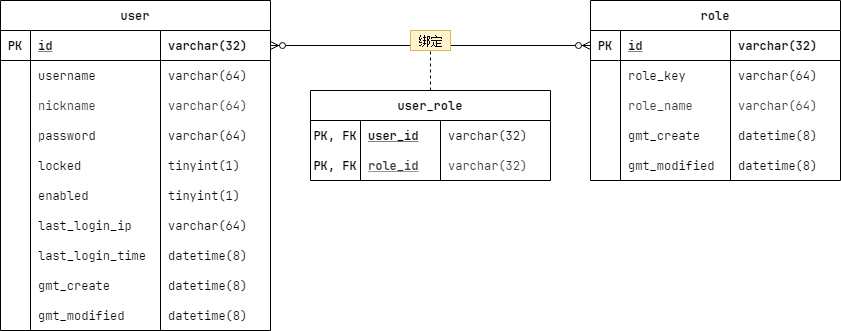
The draw.io diagram design/迭代一/resource/image/用户角色ER图.png in hellovie/online-article-reading-platform, before a commit. Source tidied: cells renumbered, new cells last; positions are measured from the earlier drawing's top-left corner, leaving out a move shared by most shapes. Its diagram source:
```xml
<mxGraphModel>
  <root>
    <mxCell id="0" />
    <mxCell id="1" parent="0" />
    <mxCell id="2" style="edgeStyle=orthogonalEdgeStyle;rounded=0;jettySize=auto;html=1;entryX=0;entryY=0.5;entryDx=0;entryDy=0;fontFamily=JetBrains Mono;exitX=1;exitY=0.5;exitDx=0;exitDy=0;startArrow=ERzeroToMany;startFill=1;endArrow=ERzeroToMany;endFill=1;" parent="1" edge="1" source="15" target="56">
      <mxGeometry relative="1" as="geometry" />
    </mxCell>
    <mxCell id="3" value="绑定" style="text;html=1;align=center;verticalAlign=middle;points=[];fontFamily=JetBrains Mono;fillColor=#fff2cc;strokeColor=#d6b656;" parent="1" vertex="1">
      <mxGeometry x="410" y="30" width="40" height="20" as="geometry" />
    </mxCell>
    <mxCell id="4" style="edgeStyle=orthogonalEdgeStyle;rounded=0;jettySize=auto;html=1;startArrow=none;startFill=0;endArrow=none;endFill=0;fontFamily=JetBrains Mono;dashed=1;" parent="1" edge="1" source="5" target="3">
      <mxGeometry relative="1" as="geometry" />
    </mxCell>
    <mxCell id="5" value="user_role" style="shape=table;startSize=30;rowLines=0;fontStyle=1;align=center;fontFamily=JetBrains Mono;" parent="1" vertex="1">
      <mxGeometry x="310" y="90" width="240" height="90" as="geometry" />
    </mxCell>
    <mxCell id="6" style="shape=partialRectangle;top=0;left=0;bottom=0;right=0;fillColor=none;fontFamily=JetBrains Mono;" parent="5" vertex="1">
      <mxGeometry y="30" width="240" height="30" as="geometry" />
    </mxCell>
    <mxCell id="7" value="PK, FK" style="shape=partialRectangle;top=0;left=0;bottom=0;right=0;overflow=hidden;fillColor=none;fontFamily=JetBrains Mono;fontStyle=1;" parent="6" vertex="1">
      <mxGeometry width="50" height="30" as="geometry" />
    </mxCell>
    <mxCell id="8" value="user_id" style="shape=partialRectangle;top=0;left=0;bottom=0;right=0;align=left;spacingLeft=6;overflow=hidden;strokeColor=#9673a6;fillColor=none;fontFamily=JetBrains Mono;fontStyle=5;" parent="6" vertex="1">
      <mxGeometry x="50" width="80" height="30" as="geometry" />
    </mxCell>
    <mxCell id="9" value="varchar(32)" style="shape=partialRectangle;top=0;left=0;bottom=0;right=0;align=left;spacingLeft=6;overflow=hidden;strokeColor=#9673a6;fillColor=none;fontFamily=JetBrains Mono;" parent="6" vertex="1">
      <mxGeometry x="130" width="110" height="30" as="geometry" />
    </mxCell>
    <mxCell id="10" style="shape=partialRectangle;top=0;left=0;bottom=0;right=0;fillColor=none;fontFamily=JetBrains Mono;" parent="5" vertex="1">
      <mxGeometry y="60" width="240" height="30" as="geometry" />
    </mxCell>
    <mxCell id="11" value="PK, FK" style="shape=partialRectangle;top=0;left=0;bottom=0;right=0;overflow=hidden;fillColor=none;fontFamily=JetBrains Mono;fontStyle=1;" parent="10" vertex="1">
      <mxGeometry width="50" height="30" as="geometry" />
    </mxCell>
    <mxCell id="12" value="role_id" style="shape=partialRectangle;top=0;left=0;bottom=0;right=0;align=left;spacingLeft=6;overflow=hidden;strokeColor=#666666;fontColor=#333333;fillColor=none;fontFamily=JetBrains Mono;fontStyle=5;" parent="10" vertex="1">
      <mxGeometry x="50" width="80" height="30" as="geometry" />
    </mxCell>
    <mxCell id="13" value="varchar(32)" style="shape=partialRectangle;top=0;left=0;bottom=0;right=0;align=left;spacingLeft=6;overflow=hidden;strokeColor=#666666;fontColor=#333333;fillColor=none;fontFamily=JetBrains Mono;" parent="10" vertex="1">
      <mxGeometry x="130" width="110" height="30" as="geometry" />
    </mxCell>
    <mxCell id="14" value="user" style="shape=table;startSize=30;rowLines=0;fontStyle=1;align=center;fontFamily=JetBrains Mono;" parent="1" vertex="1">
      <mxGeometry width="270" height="330" as="geometry" />
    </mxCell>
    <mxCell id="15" style="shape=partialRectangle;top=0;left=0;bottom=1;right=0;points=[[0,0.5],[1,0.5]];portConstraint=eastwest;fillColor=none;fontFamily=JetBrains Mono;" parent="14" vertex="1">
      <mxGeometry y="30" width="270" height="30" as="geometry" />
    </mxCell>
    <mxCell id="16" value="PK" style="shape=partialRectangle;top=0;left=0;bottom=0;right=0;fontStyle=1;overflow=hidden;fillColor=none;fontFamily=JetBrains Mono;" parent="15" vertex="1">
      <mxGeometry width="30" height="30" as="geometry" />
    </mxCell>
    <mxCell id="17" value="id" style="shape=partialRectangle;top=0;left=0;bottom=0;right=0;align=left;spacingLeft=6;fontStyle=5;overflow=hidden;fillColor=none;fontFamily=JetBrains Mono;" parent="15" vertex="1">
      <mxGeometry x="30" width="130" height="30" as="geometry" />
    </mxCell>
    <mxCell id="18" value="varchar(32)" style="shape=partialRectangle;top=0;left=0;bottom=0;right=0;align=left;spacingLeft=6;fontStyle=1;overflow=hidden;fillColor=none;fontFamily=JetBrains Mono;" parent="15" vertex="1">
      <mxGeometry x="160" width="110" height="30" as="geometry" />
    </mxCell>
    <mxCell id="19" style="shape=partialRectangle;top=0;left=0;bottom=0;right=0;fillColor=none;fontFamily=JetBrains Mono;" parent="14" vertex="1">
      <mxGeometry y="60" width="270" height="30" as="geometry" />
    </mxCell>
    <mxCell id="20" style="shape=partialRectangle;top=0;left=0;bottom=0;right=0;overflow=hidden;fillColor=none;fontFamily=JetBrains Mono;" parent="19" vertex="1">
      <mxGeometry width="30" height="30" as="geometry" />
    </mxCell>
    <mxCell id="21" value="username" style="shape=partialRectangle;top=0;left=0;bottom=0;right=0;align=left;spacingLeft=6;overflow=hidden;strokeColor=#9673a6;fillColor=none;fontFamily=JetBrains Mono;" parent="19" vertex="1">
      <mxGeometry x="30" width="130" height="30" as="geometry" />
    </mxCell>
    <mxCell id="22" value="varchar(64)" style="shape=partialRectangle;top=0;left=0;bottom=0;right=0;align=left;spacingLeft=6;overflow=hidden;strokeColor=#9673a6;fillColor=none;fontFamily=JetBrains Mono;" parent="19" vertex="1">
      <mxGeometry x="160" width="110" height="30" as="geometry" />
    </mxCell>
    <mxCell id="23" style="shape=partialRectangle;top=0;left=0;bottom=0;right=0;fillColor=none;fontFamily=JetBrains Mono;" parent="14" vertex="1">
      <mxGeometry y="90" width="270" height="30" as="geometry" />
    </mxCell>
    <mxCell id="24" style="shape=partialRectangle;top=0;left=0;bottom=0;right=0;overflow=hidden;fillColor=none;fontFamily=JetBrains Mono;" parent="23" vertex="1">
      <mxGeometry width="30" height="30" as="geometry" />
    </mxCell>
    <mxCell id="25" value="nickname" style="shape=partialRectangle;top=0;left=0;bottom=0;right=0;align=left;spacingLeft=6;overflow=hidden;strokeColor=#666666;fontColor=#333333;fillColor=none;fontFamily=JetBrains Mono;" parent="23" vertex="1">
      <mxGeometry x="30" width="130" height="30" as="geometry" />
    </mxCell>
    <mxCell id="26" value="varchar(64)" style="shape=partialRectangle;top=0;left=0;bottom=0;right=0;align=left;spacingLeft=6;overflow=hidden;strokeColor=#666666;fontColor=#333333;fillColor=none;fontFamily=JetBrains Mono;" parent="23" vertex="1">
      <mxGeometry x="160" width="110" height="30" as="geometry" />
    </mxCell>
    <mxCell id="27" style="shape=partialRectangle;top=0;left=0;bottom=0;right=0;fillColor=none;fontFamily=JetBrains Mono;" parent="14" vertex="1">
      <mxGeometry y="120" width="270" height="30" as="geometry" />
    </mxCell>
    <mxCell id="28" style="shape=partialRectangle;top=0;left=0;bottom=0;right=0;overflow=hidden;fillColor=none;fontFamily=JetBrains Mono;" parent="27" vertex="1">
      <mxGeometry width="30" height="30" as="geometry" />
    </mxCell>
    <mxCell id="29" value="password" style="shape=partialRectangle;top=0;left=0;bottom=0;right=0;align=left;spacingLeft=6;overflow=hidden;strokeColor=#b85450;fillColor=none;fontFamily=JetBrains Mono;" parent="27" vertex="1">
      <mxGeometry x="30" width="130" height="30" as="geometry" />
    </mxCell>
    <mxCell id="30" value="varchar(64)" style="shape=partialRectangle;top=0;left=0;bottom=0;right=0;align=left;spacingLeft=6;overflow=hidden;strokeColor=#b85450;fillColor=none;fontFamily=JetBrains Mono;" parent="27" vertex="1">
      <mxGeometry x="160" width="110" height="30" as="geometry" />
    </mxCell>
    <mxCell id="31" style="shape=partialRectangle;top=0;left=0;bottom=0;right=0;fillColor=none;fontFamily=JetBrains Mono;" parent="14" vertex="1">
      <mxGeometry y="150" width="270" height="30" as="geometry" />
    </mxCell>
    <mxCell id="32" style="shape=partialRectangle;top=0;left=0;bottom=0;right=0;overflow=hidden;fillColor=none;fontFamily=JetBrains Mono;" parent="31" vertex="1">
      <mxGeometry width="30" height="30" as="geometry" />
    </mxCell>
    <mxCell id="33" value="locked" style="shape=partialRectangle;top=0;left=0;bottom=0;right=0;align=left;spacingLeft=6;overflow=hidden;strokeColor=#b85450;fillColor=none;fontFamily=JetBrains Mono;" parent="31" vertex="1">
      <mxGeometry x="30" width="130" height="30" as="geometry" />
    </mxCell>
    <mxCell id="34" value="tinyint(1)" style="shape=partialRectangle;top=0;left=0;bottom=0;right=0;align=left;spacingLeft=6;overflow=hidden;strokeColor=#b85450;fillColor=none;fontFamily=JetBrains Mono;" parent="31" vertex="1">
      <mxGeometry x="160" width="110" height="30" as="geometry" />
    </mxCell>
    <mxCell id="35" style="shape=partialRectangle;top=0;left=0;bottom=0;right=0;fillColor=none;fontFamily=JetBrains Mono;" parent="14" vertex="1">
      <mxGeometry y="180" width="270" height="30" as="geometry" />
    </mxCell>
    <mxCell id="36" style="shape=partialRectangle;top=0;left=0;bottom=0;right=0;overflow=hidden;fillColor=none;fontFamily=JetBrains Mono;" parent="35" vertex="1">
      <mxGeometry width="30" height="30" as="geometry" />
    </mxCell>
    <mxCell id="37" value="enabled" style="shape=partialRectangle;top=0;left=0;bottom=0;right=0;align=left;spacingLeft=6;overflow=hidden;strokeColor=#b85450;fillColor=none;fontFamily=JetBrains Mono;" parent="35" vertex="1">
      <mxGeometry x="30" width="130" height="30" as="geometry" />
    </mxCell>
    <mxCell id="38" value="tinyint(1)" style="shape=partialRectangle;top=0;left=0;bottom=0;right=0;align=left;spacingLeft=6;overflow=hidden;strokeColor=#b85450;fillColor=none;fontFamily=JetBrains Mono;" parent="35" vertex="1">
      <mxGeometry x="160" width="110" height="30" as="geometry" />
    </mxCell>
    <mxCell id="39" style="shape=partialRectangle;top=0;left=0;bottom=0;right=0;fillColor=none;fontFamily=JetBrains Mono;" parent="14" vertex="1">
      <mxGeometry y="210" width="270" height="30" as="geometry" />
    </mxCell>
    <mxCell id="40" style="shape=partialRectangle;top=0;left=0;bottom=0;right=0;overflow=hidden;fillColor=none;fontFamily=JetBrains Mono;" parent="39" vertex="1">
      <mxGeometry width="30" height="30" as="geometry" />
    </mxCell>
    <mxCell id="41" value="last_login_ip" style="shape=partialRectangle;top=0;left=0;bottom=0;right=0;align=left;spacingLeft=6;overflow=hidden;strokeColor=#b85450;fillColor=none;fontFamily=JetBrains Mono;" parent="39" vertex="1">
      <mxGeometry x="30" width="130" height="30" as="geometry" />
    </mxCell>
    <mxCell id="42" value="varchar(64)" style="shape=partialRectangle;top=0;left=0;bottom=0;right=0;align=left;spacingLeft=6;overflow=hidden;strokeColor=#b85450;fillColor=none;fontFamily=JetBrains Mono;" parent="39" vertex="1">
      <mxGeometry x="160" width="110" height="30" as="geometry" />
    </mxCell>
    <mxCell id="43" style="shape=partialRectangle;top=0;left=0;bottom=0;right=0;fillColor=none;fontFamily=JetBrains Mono;" parent="14" vertex="1">
      <mxGeometry y="240" width="270" height="30" as="geometry" />
    </mxCell>
    <mxCell id="44" style="shape=partialRectangle;top=0;left=0;bottom=0;right=0;overflow=hidden;fillColor=none;fontFamily=JetBrains Mono;" parent="43" vertex="1">
      <mxGeometry width="30" height="30" as="geometry" />
    </mxCell>
    <mxCell id="45" value="last_login_time" style="shape=partialRectangle;top=0;left=0;bottom=0;right=0;align=left;spacingLeft=6;overflow=hidden;strokeColor=#b85450;fillColor=none;fontFamily=JetBrains Mono;" parent="43" vertex="1">
      <mxGeometry x="30" width="130" height="30" as="geometry" />
    </mxCell>
    <mxCell id="46" value="datetime(8)" style="shape=partialRectangle;top=0;left=0;bottom=0;right=0;align=left;spacingLeft=6;overflow=hidden;strokeColor=#b85450;fillColor=none;fontFamily=JetBrains Mono;" parent="43" vertex="1">
      <mxGeometry x="160" width="110" height="30" as="geometry" />
    </mxCell>
    <mxCell id="47" style="shape=partialRectangle;top=0;left=0;bottom=0;right=0;fillColor=none;fontFamily=JetBrains Mono;" parent="14" vertex="1">
      <mxGeometry y="270" width="270" height="30" as="geometry" />
    </mxCell>
    <mxCell id="48" style="shape=partialRectangle;top=0;left=0;bottom=0;right=0;overflow=hidden;fillColor=none;fontFamily=JetBrains Mono;" parent="47" vertex="1">
      <mxGeometry width="30" height="30" as="geometry" />
    </mxCell>
    <mxCell id="49" value="gmt_create" style="shape=partialRectangle;top=0;left=0;bottom=0;right=0;align=left;spacingLeft=6;overflow=hidden;strokeColor=#b85450;fillColor=none;fontFamily=JetBrains Mono;" parent="47" vertex="1">
      <mxGeometry x="30" width="130" height="30" as="geometry" />
    </mxCell>
    <mxCell id="50" value="datetime(8)" style="shape=partialRectangle;top=0;left=0;bottom=0;right=0;align=left;spacingLeft=6;overflow=hidden;strokeColor=#b85450;fillColor=none;fontFamily=JetBrains Mono;" parent="47" vertex="1">
      <mxGeometry x="160" width="110" height="30" as="geometry" />
    </mxCell>
    <mxCell id="51" style="shape=partialRectangle;top=0;left=0;bottom=0;right=0;fillColor=none;fontFamily=JetBrains Mono;" parent="14" vertex="1">
      <mxGeometry y="300" width="270" height="30" as="geometry" />
    </mxCell>
    <mxCell id="52" style="shape=partialRectangle;top=0;left=0;bottom=0;right=0;overflow=hidden;fillColor=none;fontFamily=JetBrains Mono;" parent="51" vertex="1">
      <mxGeometry width="30" height="30" as="geometry" />
    </mxCell>
    <mxCell id="53" value="gmt_modified" style="shape=partialRectangle;top=0;left=0;bottom=0;right=0;align=left;spacingLeft=6;overflow=hidden;strokeColor=#b85450;fillColor=none;fontFamily=JetBrains Mono;" parent="51" vertex="1">
      <mxGeometry x="30" width="130" height="30" as="geometry" />
    </mxCell>
    <mxCell id="54" value="datetime(8)" style="shape=partialRectangle;top=0;left=0;bottom=0;right=0;align=left;spacingLeft=6;overflow=hidden;strokeColor=#b85450;fillColor=none;fontFamily=JetBrains Mono;" parent="51" vertex="1">
      <mxGeometry x="160" width="110" height="30" as="geometry" />
    </mxCell>
    <mxCell id="55" value="role" style="shape=table;startSize=30;rowLines=0;fontStyle=1;align=center;fontFamily=JetBrains Mono;" parent="1" vertex="1">
      <mxGeometry x="590" width="250" height="180" as="geometry" />
    </mxCell>
    <mxCell id="56" style="shape=partialRectangle;top=0;left=0;bottom=1;right=0;points=[[0,0.5],[1,0.5]];portConstraint=eastwest;fillColor=none;fontFamily=JetBrains Mono;" parent="55" vertex="1">
      <mxGeometry y="30" width="250" height="30" as="geometry" />
    </mxCell>
    <mxCell id="57" value="PK" style="shape=partialRectangle;top=0;left=0;bottom=0;right=0;fontStyle=1;overflow=hidden;fillColor=none;fontFamily=JetBrains Mono;" parent="56" vertex="1">
      <mxGeometry width="30" height="30" as="geometry" />
    </mxCell>
    <mxCell id="58" value="id" style="shape=partialRectangle;top=0;left=0;bottom=0;right=0;align=left;spacingLeft=6;fontStyle=5;overflow=hidden;fillColor=none;fontFamily=JetBrains Mono;" parent="56" vertex="1">
      <mxGeometry x="30" width="110" height="30" as="geometry" />
    </mxCell>
    <mxCell id="59" value="varchar(32)" style="shape=partialRectangle;top=0;left=0;bottom=0;right=0;align=left;spacingLeft=6;fontStyle=1;overflow=hidden;fillColor=none;fontFamily=JetBrains Mono;" parent="56" vertex="1">
      <mxGeometry x="140" width="110" height="30" as="geometry" />
    </mxCell>
    <mxCell id="60" style="shape=partialRectangle;top=0;left=0;bottom=0;right=0;fillColor=none;fontFamily=JetBrains Mono;" parent="55" vertex="1">
      <mxGeometry y="60" width="250" height="30" as="geometry" />
    </mxCell>
    <mxCell id="61" style="shape=partialRectangle;top=0;left=0;bottom=0;right=0;overflow=hidden;fillColor=none;fontFamily=JetBrains Mono;" parent="60" vertex="1">
      <mxGeometry width="30" height="30" as="geometry" />
    </mxCell>
    <mxCell id="62" value="role_key" style="shape=partialRectangle;top=0;left=0;bottom=0;right=0;align=left;spacingLeft=6;overflow=hidden;strokeColor=#9673a6;fillColor=none;fontFamily=JetBrains Mono;" parent="60" vertex="1">
      <mxGeometry x="30" width="110" height="30" as="geometry" />
    </mxCell>
    <mxCell id="63" value="varchar(64)" style="shape=partialRectangle;top=0;left=0;bottom=0;right=0;align=left;spacingLeft=6;overflow=hidden;strokeColor=#9673a6;fillColor=none;fontFamily=JetBrains Mono;" parent="60" vertex="1">
      <mxGeometry x="140" width="110" height="30" as="geometry" />
    </mxCell>
    <mxCell id="64" style="shape=partialRectangle;top=0;left=0;bottom=0;right=0;fillColor=none;fontFamily=JetBrains Mono;" parent="55" vertex="1">
      <mxGeometry y="90" width="250" height="30" as="geometry" />
    </mxCell>
    <mxCell id="65" style="shape=partialRectangle;top=0;left=0;bottom=0;right=0;overflow=hidden;fillColor=none;fontFamily=JetBrains Mono;" parent="64" vertex="1">
      <mxGeometry width="30" height="30" as="geometry" />
    </mxCell>
    <mxCell id="66" value="role_name" style="shape=partialRectangle;top=0;left=0;bottom=0;right=0;align=left;spacingLeft=6;overflow=hidden;strokeColor=#666666;fontColor=#333333;fillColor=none;fontFamily=JetBrains Mono;" parent="64" vertex="1">
      <mxGeometry x="30" width="110" height="30" as="geometry" />
    </mxCell>
    <mxCell id="67" value="varchar(64)" style="shape=partialRectangle;top=0;left=0;bottom=0;right=0;align=left;spacingLeft=6;overflow=hidden;strokeColor=#666666;fontColor=#333333;fillColor=none;fontFamily=JetBrains Mono;" parent="64" vertex="1">
      <mxGeometry x="140" width="110" height="30" as="geometry" />
    </mxCell>
    <mxCell id="68" style="shape=partialRectangle;top=0;left=0;bottom=0;right=0;fillColor=none;fontFamily=JetBrains Mono;" parent="55" vertex="1">
      <mxGeometry y="120" width="250" height="30" as="geometry" />
    </mxCell>
    <mxCell id="69" style="shape=partialRectangle;top=0;left=0;bottom=0;right=0;overflow=hidden;fillColor=none;fontFamily=JetBrains Mono;" parent="68" vertex="1">
      <mxGeometry width="30" height="30" as="geometry" />
    </mxCell>
    <mxCell id="70" value="gmt_create" style="shape=partialRectangle;top=0;left=0;bottom=0;right=0;align=left;spacingLeft=6;overflow=hidden;strokeColor=#b85450;fillColor=none;fontFamily=JetBrains Mono;" parent="68" vertex="1">
      <mxGeometry x="30" width="110" height="30" as="geometry" />
    </mxCell>
    <mxCell id="71" value="datetime(8)" style="shape=partialRectangle;top=0;left=0;bottom=0;right=0;align=left;spacingLeft=6;overflow=hidden;strokeColor=#b85450;fillColor=none;fontFamily=JetBrains Mono;" parent="68" vertex="1">
      <mxGeometry x="140" width="110" height="30" as="geometry" />
    </mxCell>
    <mxCell id="72" style="shape=partialRectangle;top=0;left=0;bottom=0;right=0;fillColor=none;fontFamily=JetBrains Mono;" parent="55" vertex="1">
      <mxGeometry y="150" width="250" height="30" as="geometry" />
    </mxCell>
    <mxCell id="73" style="shape=partialRectangle;top=0;left=0;bottom=0;right=0;overflow=hidden;fillColor=none;fontFamily=JetBrains Mono;" parent="72" vertex="1">
      <mxGeometry width="30" height="30" as="geometry" />
    </mxCell>
    <mxCell id="74" value="gmt_modified" style="shape=partialRectangle;top=0;left=0;bottom=0;right=0;align=left;spacingLeft=6;overflow=hidden;strokeColor=#b85450;fillColor=none;fontFamily=JetBrains Mono;" parent="72" vertex="1">
      <mxGeometry x="30" width="110" height="30" as="geometry" />
    </mxCell>
    <mxCell id="75" value="datetime(8)" style="shape=partialRectangle;top=0;left=0;bottom=0;right=0;align=left;spacingLeft=6;overflow=hidden;strokeColor=#b85450;fillColor=none;fontFamily=JetBrains Mono;" parent="72" vertex="1">
      <mxGeometry x="140" width="110" height="30" as="geometry" />
    </mxCell>
  </root>
</mxGraphModel>
```
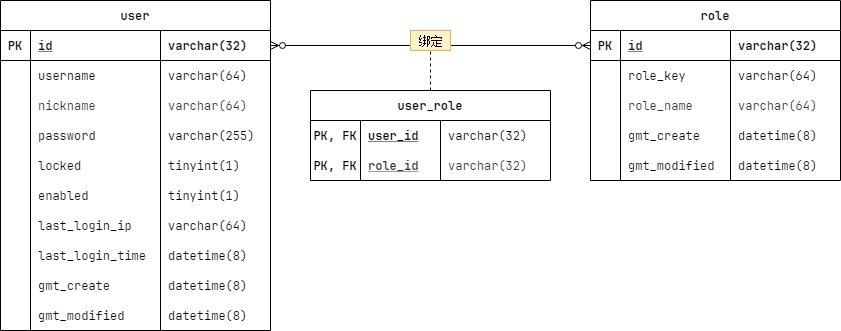
The same diagram one commit later.

Diff of the diagram source:
```diff
@@ -86,7 +86,7 @@
     <mxCell id="29" value="password" style="shape=partialRectangle;top=0;left=0;bottom=0;right=0;align=left;spacingLeft=6;overflow=hidden;strokeColor=#b85450;fillColor=none;fontFamily=JetBrains Mono;" parent="27" vertex="1">
       <mxGeometry x="30" width="130" height="30" as="geometry" />
     </mxCell>
-    <mxCell id="30" value="varchar(64)" style="shape=partialRectangle;top=0;left=0;bottom=0;right=0;align=left;spacingLeft=6;overflow=hidden;strokeColor=#b85450;fillColor=none;fontFamily=JetBrains Mono;" parent="27" vertex="1">
+    <mxCell id="30" value="varchar(255)" style="shape=partialRectangle;top=0;left=0;bottom=0;right=0;align=left;spacingLeft=6;overflow=hidden;strokeColor=#b85450;fillColor=none;fontFamily=JetBrains Mono;" parent="27" vertex="1">
       <mxGeometry x="160" width="110" height="30" as="geometry" />
     </mxCell>
     <mxCell id="31" style="shape=partialRectangle;top=0;left=0;bottom=0;right=0;fillColor=none;fontFamily=JetBrains Mono;" parent="14" vertex="1">
```
